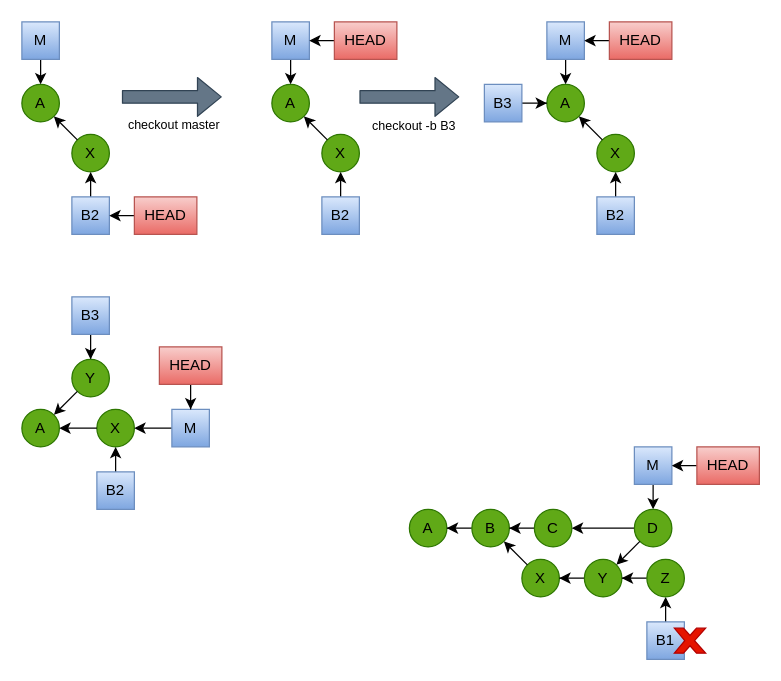
This is page "MergeConflict" (4 of 4) of git/images/Git.drawio from lacounty-isab/workshops, a draw.io file, before an edit. Source tidied: cells renumbered, new cells numbered last; positions are measured from the earlier drawing's top-left corner, leaving out a move shared by most shapes. Both pictures are drawn from the tidied source at 125%, with x=0, y=0 at pixel (21, 21).
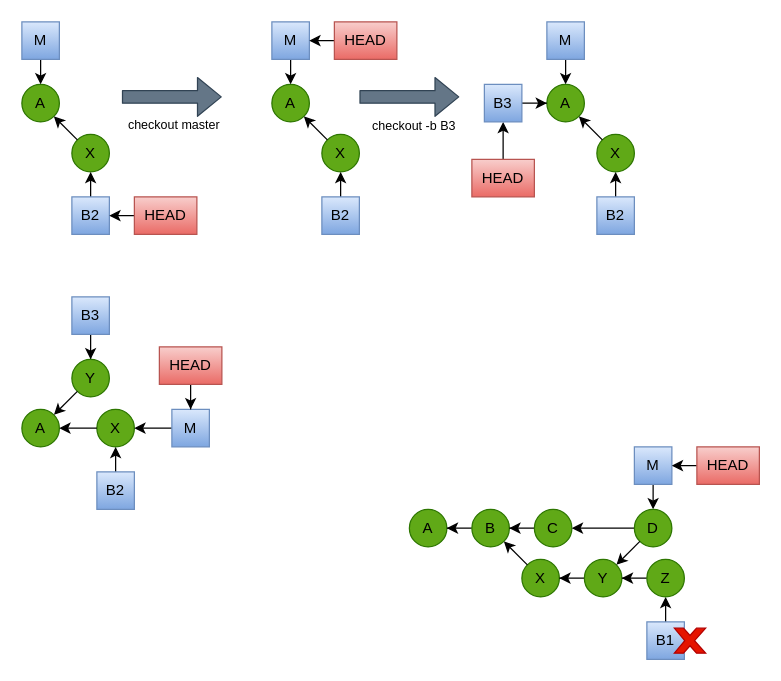
The same page after the edit.

Unchanged cells that the change refers to:
```xml
<mxCell id="51" value="B3" style="whiteSpace=wrap;html=1;fillColor=#dae8fc;strokeColor=#6c8ebf;gradientColor=#7ea6e0;" parent="1" vertex="1">
  <mxGeometry x="370" y="50" width="30" height="30" as="geometry" />
</mxCell>
```

The edit, as a diff of the source:
```diff
@@
-    <mxCell id="48" style="edgeStyle=orthogonalEdgeStyle;rounded=0;jettySize=auto;html=1;entryX=1;entryY=0.5;entryDx=0;entryDy=0;fontColor=#000000;" parent="1" edge="1" source="49">
-      <mxGeometry relative="1" as="geometry">
-        <mxPoint x="450" y="15" as="targetPoint" />
-      </mxGeometry>
+    <mxCell id="48" style="edgeStyle=orthogonalEdgeStyle;rounded=0;jettySize=auto;html=1;entryX=0.5;entryY=1;entryDx=0;entryDy=0;fontColor=#000000;" parent="1" edge="1" source="49" target="51">
+      <mxGeometry relative="1" as="geometry" />
     </mxCell>
     <mxCell id="49" value="HEAD" style="rounded=0;whiteSpace=wrap;html=1;fillColor=#f8cecc;strokeColor=#b85450;gradientColor=#ea6b66;" parent="1" vertex="1">
-      <mxGeometry x="470" width="50" height="30" as="geometry" />
+      <mxGeometry x="360" y="110" width="50" height="30" as="geometry" />
     </mxCell>
```
